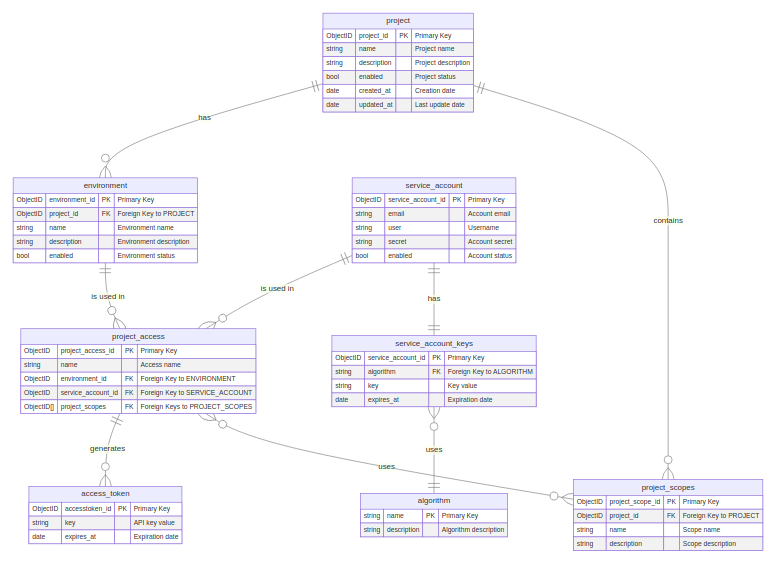
This is docs/erd/erd.png from refactorartist/buraq, a Mermaid export, as it was before one commit. Its source is kept beside it as docs/erd/erd.mmd.
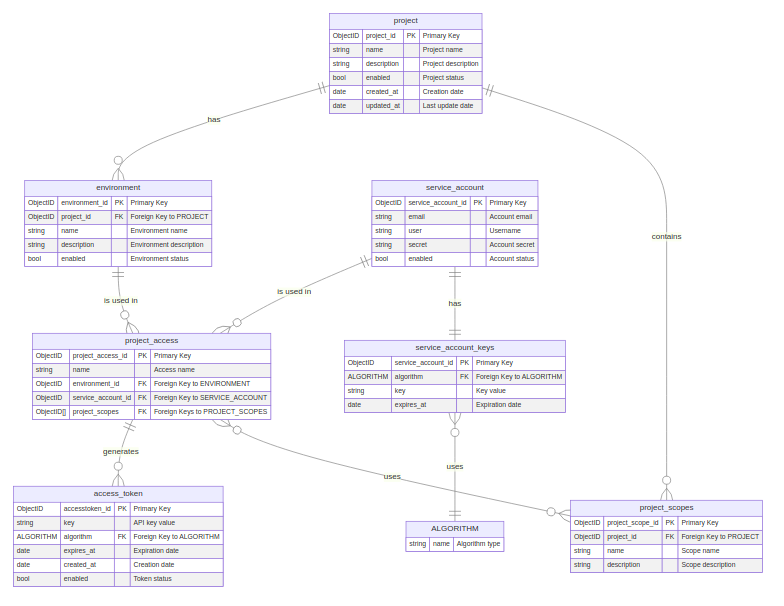
The same diagram one commit later.

Commit message:
refactor: Update ERD diagram for consistency and clarity

This commit refines the entity-relationship diagram (ERD) by updating the naming conventions for the `ALGORITHM` entity and its references. It also adds new fields to the `access_token` and `service_account_keys` entities, enhancing the overall structure and clarity of the diagram. Additionally, the relationships between entities have been adjusted for better representation.

What changed in the source:
```diff
@@ -1,60 +1,62 @@
 erDiagram
-    algorithm {
-        string name PK "Primary Key"
-        string description "Algorithm description"
+    ALGORITHM {
+        string name         "Algorithm type"
     }
 
     access_token {
-        ObjectID accesstoken_id PK "Primary Key"
-        string key "API key value"
-        date expires_at "Expiration date"
+        ObjectID accesstoken_id  PK "Primary Key"
+        string   key               "API key value"
+        ALGORITHM algorithm      FK "Foreign Key to ALGORITHM"
+        date     expires_at        "Expiration date"
+        date     created_at        "Creation date"
+        bool     enabled           "Token status"
     }
 
     environment {
-        ObjectID environment_id PK "Primary Key"
-        ObjectID project_id FK "Foreign Key to PROJECT"
-        string name "Environment name"
-        string description "Environment description"
-        bool enabled "Environment status"
+        ObjectID environment_id  PK "Primary Key"
+        ObjectID project_id     FK "Foreign Key to PROJECT"
+        string   name             "Environment name"
+        string   description      "Environment description"
+        bool     enabled          "Environment status"
     }
 
     project {
-        ObjectID project_id PK "Primary Key"
-        string name "Project name"
-        string description "Project description"
-        bool enabled "Project status"
-        date created_at "Creation date"
-        date updated_at "Last update date"
+        ObjectID project_id     PK "Primary Key"
+        string   name             "Project name"
+        string   description      "Project description"
+        bool     enabled          "Project status"
+        date     created_at       "Creation date"
+        date     updated_at       "Last update date"
     }
 
     project_access {
-        ObjectID project_access_id PK "Primary Key"
-        string name "Access name"
-        ObjectID environment_id FK "Foreign Key to ENVIRONMENT"
-        ObjectID service_account_id FK "Foreign Key to SERVICE_ACCOUNT"
-        ObjectID[] project_scopes FK "Foreign Keys to PROJECT_SCOPES"
+        ObjectID  project_access_id  PK "Primary Key"
+        string    name                "Access name"
+        ObjectID  environment_id    FK "Foreign Key to ENVIRONMENT"
+        ObjectID  service_account_id FK "Foreign Key to SERVICE_ACCOUNT"
+        ObjectID[] project_scopes   FK "Foreign Keys to PROJECT_SCOPES"
     }
 
     project_scopes {
-        ObjectID project_scope_id PK "Primary Key"
-        ObjectID project_id FK "Foreign Key to PROJECT"
-        string name "Scope name"
-        string description "Scope description"
+        ObjectID project_scope_id  PK "Primary Key"
+        ObjectID project_id       FK "Foreign Key to PROJECT"
+        string   name              "Scope name"
+        string   description       "Scope description"
     }
 
     service_account {
         ObjectID service_account_id PK "Primary Key"
-        string email "Account email"
-        string user "Username"
-        string secret "Account secret"
-        bool enabled "Account status"
+        string   email              "Account email"
+        string   user               "Username"
+        string   secret             "Account secret"
+        bool     enabled            "Account status"
     }
 
     service_account_keys {
-        ObjectID service_account_id PK "Primary Key"
-        string algorithm FK "Foreign Key to ALGORITHM"
-        string key "Key value"
-        date expires_at "Expiration date"
+        ObjectID  service_account_id PK "Primary Key"
+        ALGORITHM algorithm        FK "Foreign Key to ALGORITHM"
+        string    key                "Key value"
+        date      expires_at         "Expiration date"
     }
 
     project ||--o{ environment : "has"
@@ -64,4 +66,4 @@
     environment ||--o{ project_access : "is used in"
     project_access ||--o{ access_token : "generates"
     project_access }o--o{ project_scopes : "uses"
-    service_account_keys }o--|| algorithm : "uses"
+    service_account_keys }o--|| ALGORITHM : "uses"
```
